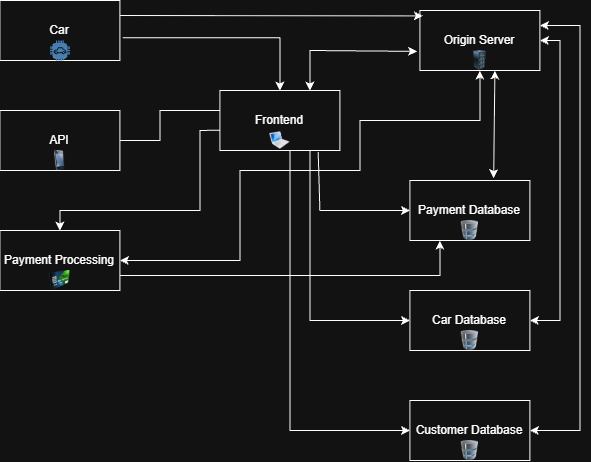
Before: diagrams/Architectural diagram CS250.drawio.png, a diagram exported from draw.io (GramaPants09/CS250-F26-Group05). Source tidied: cells renumbered, new cells last; positions are measured from the earlier drawing's top-left corner, leaving out a move shared by most shapes.
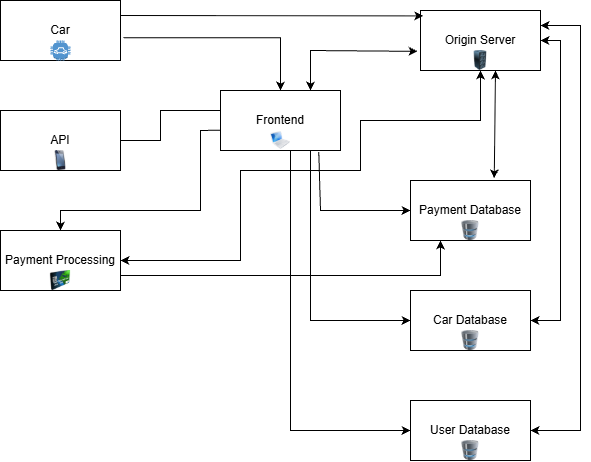
The same file after the commit.

Commit message:
Changed Customer Diagram to User Diagrma

Change to the diagram source:
```diff
@@ -109,7 +109,7 @@
     <mxCell id="24" value="Car Database" style="rounded=0;whiteSpace=wrap;html=1;" parent="1" vertex="1">
       <mxGeometry x="410" y="290" width="120" height="60" as="geometry" />
     </mxCell>
-    <mxCell id="25" value="Customer Database" style="rounded=0;whiteSpace=wrap;html=1;" parent="1" vertex="1">
+    <mxCell id="25" value="User Database" style="rounded=0;whiteSpace=wrap;html=1;" parent="1" vertex="1">
       <mxGeometry x="410" y="400" width="120" height="60" as="geometry" />
     </mxCell>
     <mxCell id="26" style="image;html=1;image=img/lib/clip_art/computers/Database_128x128.png;" parent="1" vertex="1">
```
